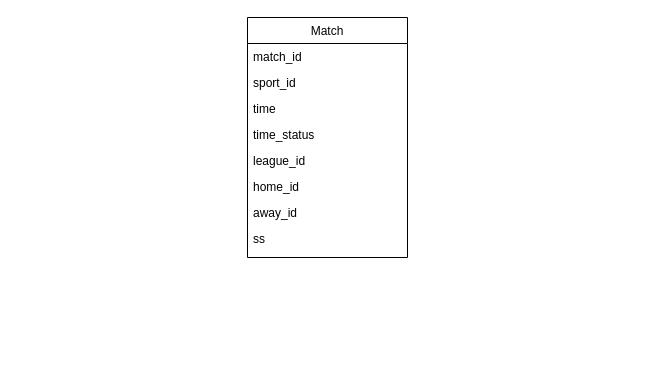
This is public/Untitled Diagram.drawio from DanieloPal06/frontend_app, a draw.io file, before an edit. Source tidied: cells renumbered, new cells numbered last; positions are measured from the earlier drawing's top-left corner, leaving out a move shared by most shapes. Both pictures are drawn from the tidied source at 100%, with x=0, y=0 at pixel (247, 17).
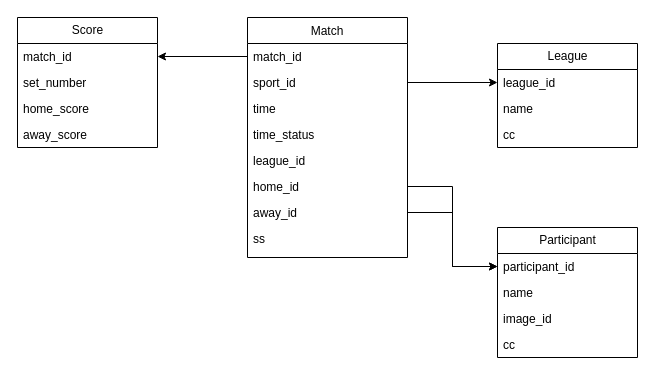
The same page after the edit.

The change refers to these unchanged cells:
```xml
<mxCell id="3" value="match_id" style="text;align=left;verticalAlign=top;spacingLeft=4;spacingRight=4;overflow=hidden;points=[[0,0.5],[1,0.5]];portConstraint=eastwest;" parent="2" vertex="1">
  <mxGeometry y="26" width="160" height="26" as="geometry" />
</mxCell>
<mxCell id="4" value="sport_id" style="text;align=left;verticalAlign=top;spacingLeft=4;spacingRight=4;overflow=hidden;points=[[0,0.5],[1,0.5]];portConstraint=eastwest;rounded=0;shadow=0;html=0;" parent="2" vertex="1">
  <mxGeometry y="52" width="160" height="26" as="geometry" />
</mxCell>
<mxCell id="8" value="home_id" style="text;align=left;verticalAlign=top;spacingLeft=4;spacingRight=4;overflow=hidden;points=[[0,0.5],[1,0.5]];portConstraint=eastwest;rounded=0;shadow=0;html=0;" parent="2" vertex="1">
  <mxGeometry y="156" width="160" height="26" as="geometry" />
</mxCell>
<mxCell id="9" value="away_id" style="text;align=left;verticalAlign=top;spacingLeft=4;spacingRight=4;overflow=hidden;points=[[0,0.5],[1,0.5]];portConstraint=eastwest;rounded=0;shadow=0;html=0;" parent="2" vertex="1">
  <mxGeometry y="182" width="160" height="26" as="geometry" />
</mxCell>
```

The edit, as a diff of the source:
```diff
@@
+    <mxCell id="11" value="Score" style="swimlane;fontStyle=0;horizontal=1;startSize=26;fillColor=none;html=1;" parent="1" vertex="1">
+      <mxGeometry x="-230" width="140" height="130" as="geometry" />
+    </mxCell>
+    <mxCell id="12" value="match_id" style="text;strokeColor=none;fillColor=none;align=left;verticalAlign=top;spacingLeft=4;spacingRight=4;overflow=hidden;points=[[0,0.5],[1,0.5]];portConstraint=eastwest;whiteSpace=wrap;html=1;" parent="11" vertex="1">
+      <mxGeometry y="26" width="140" height="26" as="geometry" />
+    </mxCell>
+    <mxCell id="13" value="set_number" style="text;strokeColor=none;fillColor=none;align=left;verticalAlign=top;spacingLeft=4;spacingRight=4;overflow=hidden;whiteSpace=wrap;html=1;" parent="11" vertex="1">
+      <mxGeometry y="52" width="140" height="26" as="geometry" />
+    </mxCell>
+    <mxCell id="14" value="home_score" style="text;strokeColor=none;fillColor=none;align=left;verticalAlign=top;spacingLeft=4;spacingRight=4;overflow=hidden;whiteSpace=wrap;html=1;" parent="11" vertex="1">
+      <mxGeometry y="78" width="140" height="26" as="geometry" />
+    </mxCell>
+    <mxCell id="15" value="away_score" style="text;strokeColor=none;fillColor=none;align=left;verticalAlign=top;spacingLeft=4;spacingRight=4;overflow=hidden;whiteSpace=wrap;html=1;" parent="11" vertex="1">
+      <mxGeometry y="104" width="140" height="26" as="geometry" />
+    </mxCell>
+    <mxCell id="16" value="League" style="swimlane;fontStyle=0;horizontal=1;startSize=26;fillColor=none;html=1;" parent="1" vertex="1">
+      <mxGeometry x="250" y="26" width="140" height="104" as="geometry" />
+    </mxCell>
+    <mxCell id="17" value="league_id" style="text;strokeColor=none;fillColor=none;align=left;verticalAlign=top;spacingLeft=4;spacingRight=4;overflow=hidden;points=[[0,0.5],[1,0.5]];portConstraint=eastwest;whiteSpace=wrap;html=1;" parent="16" vertex="1">
+      <mxGeometry y="26" width="140" height="26" as="geometry" />
+    </mxCell>
+    <mxCell id="18" value="name" style="text;strokeColor=none;fillColor=none;align=left;verticalAlign=top;spacingLeft=4;spacingRight=4;overflow=hidden;whiteSpace=wrap;html=1;" parent="16" vertex="1">
+      <mxGeometry y="52" width="140" height="26" as="geometry" />
+    </mxCell>
+    <mxCell id="19" value="cc" style="text;strokeColor=none;fillColor=none;align=left;verticalAlign=top;spacingLeft=4;spacingRight=4;overflow=hidden;whiteSpace=wrap;html=1;" parent="16" vertex="1">
+      <mxGeometry y="78" width="140" height="26" as="geometry" />
+    </mxCell>
+    <mxCell id="20" value="Participant" style="swimlane;fontStyle=0;horizontal=1;startSize=26;fillColor=none;html=1;" parent="1" vertex="1">
+      <mxGeometry x="250" y="210" width="140" height="130" as="geometry" />
+    </mxCell>
+    <mxCell id="21" value="participant_id" style="text;strokeColor=none;fillColor=none;align=left;verticalAlign=top;spacingLeft=4;spacingRight=4;overflow=hidden;points=[[0,0.5],[1,0.5]];portConstraint=eastwest;whiteSpace=wrap;html=1;" parent="20" vertex="1">
+      <mxGeometry y="26" width="140" height="26" as="geometry" />
+    </mxCell>
+    <mxCell id="22" value="name" style="text;strokeColor=none;fillColor=none;align=left;verticalAlign=top;spacingLeft=4;spacingRight=4;overflow=hidden;whiteSpace=wrap;html=1;" parent="20" vertex="1">
+      <mxGeometry y="52" width="140" height="26" as="geometry" />
+    </mxCell>
+    <mxCell id="23" value="image_id" style="text;strokeColor=none;fillColor=none;align=left;verticalAlign=top;spacingLeft=4;spacingRight=4;overflow=hidden;whiteSpace=wrap;html=1;" parent="20" vertex="1">
+      <mxGeometry y="78" width="140" height="26" as="geometry" />
+    </mxCell>
+    <mxCell id="24" value="cc" style="text;strokeColor=none;fillColor=none;align=left;verticalAlign=top;spacingLeft=4;spacingRight=4;overflow=hidden;whiteSpace=wrap;html=1;" parent="20" vertex="1">
+      <mxGeometry y="104" width="140" height="26" as="geometry" />
+    </mxCell>
+    <mxCell id="25" style="edgeStyle=orthogonalEdgeStyle;rounded=0;jettySize=auto;html=1;" parent="1" edge="1" source="3" target="12">
+      <mxGeometry relative="1" as="geometry" />
+    </mxCell>
+    <mxCell id="26" style="edgeStyle=orthogonalEdgeStyle;rounded=0;jettySize=auto;html=1;" parent="1" edge="1" source="4" target="17">
+      <mxGeometry relative="1" as="geometry" />
+    </mxCell>
+    <mxCell id="27" style="edgeStyle=orthogonalEdgeStyle;rounded=0;jettySize=auto;html=1;" parent="1" edge="1" source="8" target="21">
+      <mxGeometry relative="1" as="geometry" />
+    </mxCell>
+    <mxCell id="28" style="edgeStyle=orthogonalEdgeStyle;rounded=0;jettySize=auto;html=1;" parent="1" edge="1" source="9" target="21">
+      <mxGeometry relative="1" as="geometry" />
+    </mxCell>
```
